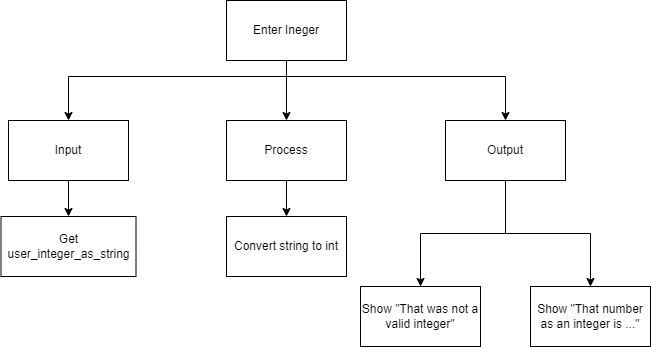
Mr-Coxall/Computer-Based-Problem-Solving keeps this draw.io diagram as docs/structured-problem-solving/images/top-down-try-catch.png. Above is the earlier version. Source tidied: cells renumbered, new cells last; positions are measured from the earlier drawing's top-left corner, leaving out a move shared by most shapes.
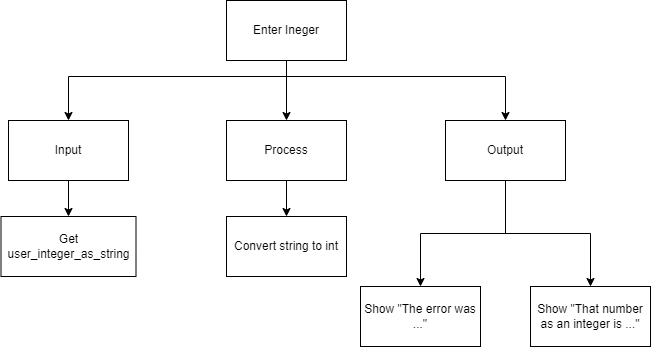
Later version of the same file.

The edit, as a diff of the source:
```diff
@@ -54,7 +54,7 @@
     <mxCell id="15" value="Show &quot;That number as an integer is ...&quot;" style="rounded=0;whiteSpace=wrap;html=1;" parent="1" vertex="1">
       <mxGeometry x="529" y="286" width="120" height="60" as="geometry" />
     </mxCell>
-    <mxCell id="16" value="Show &quot;That was not a valid integer&quot;" style="rounded=0;whiteSpace=wrap;html=1;" parent="1" vertex="1">
+    <mxCell id="16" value="Show &quot;The error was ...&quot;" style="rounded=0;whiteSpace=wrap;html=1;" parent="1" vertex="1">
       <mxGeometry x="359" y="286" width="120" height="60" as="geometry" />
     </mxCell>
   </root>
```
